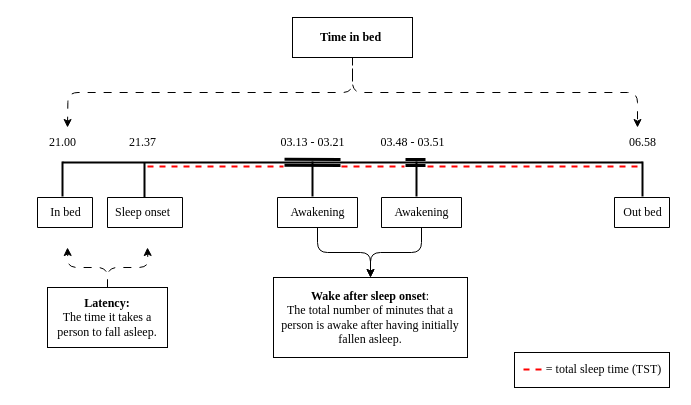
Earlier version of the draw.io diagram Plots/Nightperiod.drawio (laurateilmann/Bachelor). Source tidied: cells renumbered, new cells numbered last; positions are measured from the earlier drawing's top-left corner, leaving out a move shared by most shapes. Both pictures are drawn from the tidied source at 100%, with x=0, y=0 at pixel (37, 17).
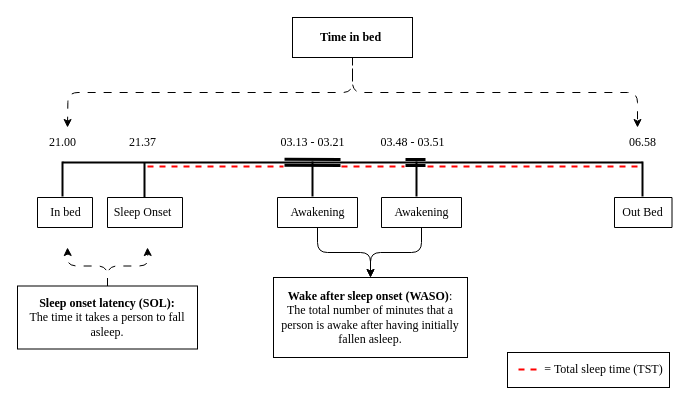
The same page after the edit.

The change refers to these unchanged cells:
```xml
<mxCell id="11" style="swimlane;startSize=0;" parent="1" vertex="1">
  <mxGeometry x="70" y="180" width="75" height="30" as="geometry" />
</mxCell>
```

Diff of the diagram source:
```diff
@@
     <mxCell id="2" style="rounded=0;whiteSpace=wrap;html=1;" parent="1" vertex="1">
-      <mxGeometry x="477" y="335" width="155" height="35" as="geometry" />
+      <mxGeometry x="470" y="335" width="162" height="35" as="geometry" />
     </mxCell>
@@
-    <mxCell id="12" value="&lt;font face=&quot;Times New Roman&quot;&gt;Sleep onset&lt;/font&gt;" style="text;html=1;align=center;verticalAlign=middle;strokeColor=none;fillColor=none;" parent="11" vertex="1">
+    <mxCell id="12" value="&lt;font face=&quot;Times New Roman&quot;&gt;Sleep Onset&lt;/font&gt;" style="text;html=1;align=center;verticalAlign=middle;strokeColor=none;fillColor=none;" parent="11" vertex="1">
       <mxGeometry x="-5" width="80" height="30" as="geometry" />
     </mxCell>
@@
     <mxCell id="17" style="swimlane;startSize=0;" parent="1" vertex="1">
-      <mxGeometry x="577" y="180" width="55" height="30" as="geometry" />
+      <mxGeometry x="577" y="180" width="57.5" height="30" as="geometry" />
     </mxCell>
-    <mxCell id="18" value="&lt;font face=&quot;Times New Roman&quot;&gt;Out bed&lt;/font&gt;" style="text;html=1;align=center;verticalAlign=middle;strokeColor=none;fillColor=none;" parent="17" vertex="1">
+    <mxCell id="18" value="&lt;font face=&quot;Times New Roman&quot;&gt;Out Bed&lt;/font&gt;" style="text;html=1;align=center;verticalAlign=middle;strokeColor=none;fillColor=none;" parent="17" vertex="1">
       <mxGeometry x="-2.5" width="60" height="30" as="geometry" />
     </mxCell>
@@
-    <mxCell id="29" value="&lt;font face=&quot;Times New Roman&quot;&gt;&lt;b&gt;Wake after sleep onset&lt;/b&gt;:&lt;br&gt;The total number of minutes that a person is awake after having initially fallen asleep.&lt;br&gt;&lt;/font&gt;" style="whiteSpace=wrap;html=1;" parent="1" vertex="1">
+    <mxCell id="29" value="&lt;font face=&quot;Times New Roman&quot;&gt;&lt;b&gt;Wake after sleep onset (WASO)&lt;/b&gt;:&lt;br&gt;The total number of minutes that a person is awake after having initially fallen asleep.&lt;br&gt;&lt;/font&gt;" style="whiteSpace=wrap;html=1;" parent="1" vertex="1">
       <mxGeometry x="236" y="260" width="194" height="80" as="geometry" />
     </mxCell>
@@
-    <mxCell id="34" value="&lt;font face=&quot;Times New Roman&quot;&gt;&lt;b&gt;Latency:&lt;/b&gt;&lt;br&gt;The time it takes a person to fall asleep.&lt;/font&gt;" style="rounded=0;whiteSpace=wrap;html=1;" parent="1" vertex="1">
-      <mxGeometry x="10" y="270" width="120" height="60" as="geometry" />
+    <mxCell id="34" value="&lt;font face=&quot;Times New Roman&quot;&gt;&lt;b&gt;Sleep onset latency (SOL):&lt;/b&gt;&lt;br&gt;The time it takes a person to fall asleep.&lt;/font&gt;" style="rounded=0;whiteSpace=wrap;html=1;" parent="1" vertex="1">
+      <mxGeometry x="-20" y="268.5" width="180" height="63" as="geometry" />
     </mxCell>
@@
     <mxCell id="38" style="line;strokeWidth=2;html=1;perimeter=backbonePerimeter;strokeColor=#ff0000;gradientColor=none;fillStyle=dashed;dashed=1;" parent="1" vertex="1">
-      <mxGeometry x="486" y="347" width="20" height="10" as="geometry" />
+      <mxGeometry x="481" y="347" width="20" height="10" as="geometry" />
     </mxCell>
-    <mxCell id="39" value="&lt;font face=&quot;Times New Roman&quot;&gt;= total sleep time (TST)&lt;/font&gt;" style="text;html=1;align=center;verticalAlign=middle;strokeColor=none;fillColor=none;" parent="1" vertex="1">
+    <mxCell id="39" value="&lt;font face=&quot;Times New Roman&quot;&gt;= Total sleep time (TST)&lt;/font&gt;" style="text;html=1;align=center;verticalAlign=middle;strokeColor=none;fillColor=none;" parent="1" vertex="1">
       <mxGeometry x="496" y="337" width="140" height="30" as="geometry" />
     </mxCell>
```
